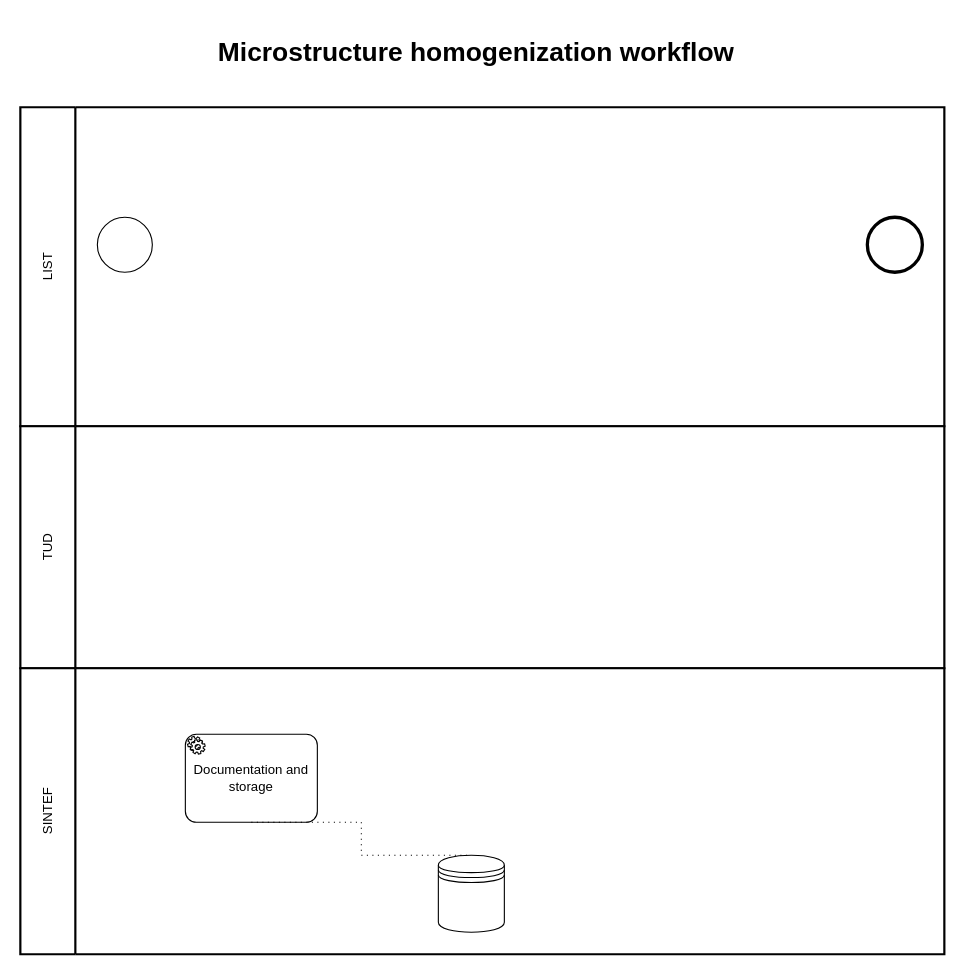
M-ERA-NET-MEDIATE/DataDocumentation keeps this draw.io diagram as page "microstructure_homogenization" (1 of 2) of docs/workflow_diagrams.drawio. Above is the earlier version. Source tidied: cells renumbered, new cells numbered last; positions are measured from the earlier drawing's top-left corner, leaving out a move shared by most shapes. Both pictures are drawn from the tidied source at 110%, with x=0, y=0 at pixel (20, 30).
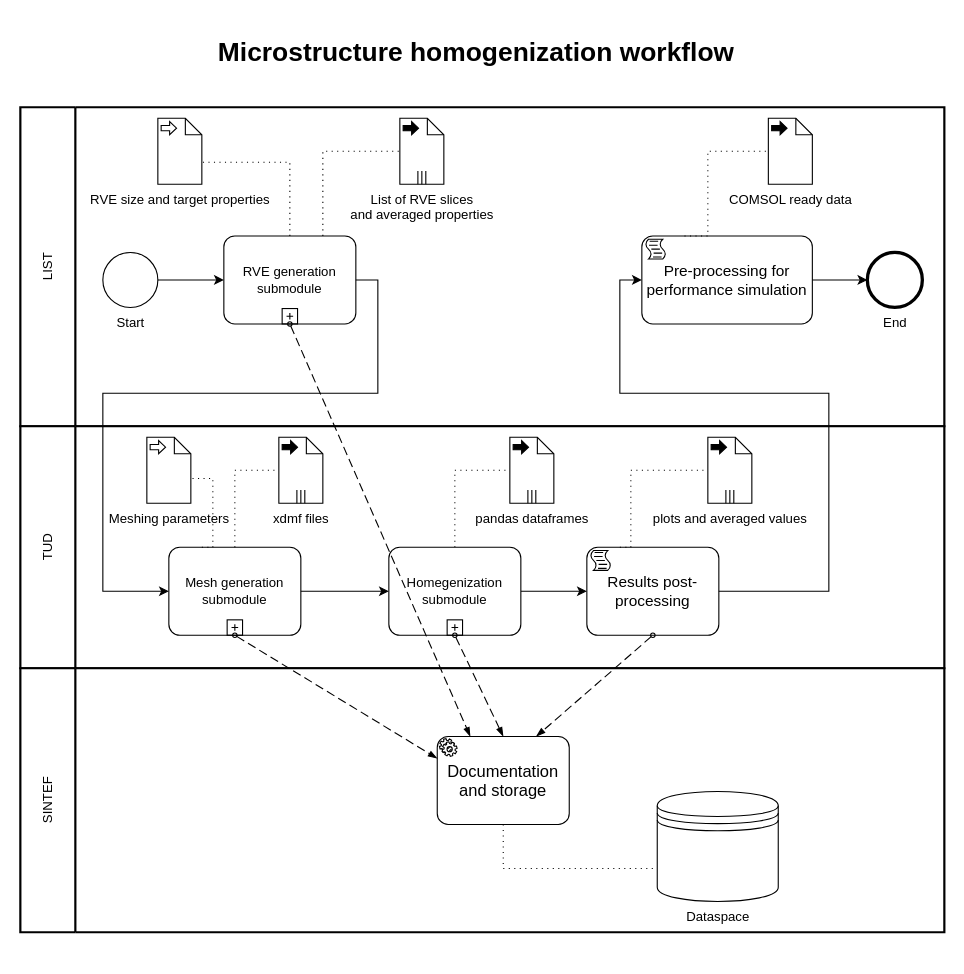
Above is the later version.

Unchanged cells that the change refers to:
```xml
<mxCell id="2" value="LIST" style="swimlane;html=1;startSize=50;fontStyle=0;horizontal=0;swimlaneLine=1;swimlaneFillColor=#ffffff;strokeWidth=2;whiteSpace=wrap;" parent="1" vertex="1">
  <mxGeometry y="70" width="840" height="290" as="geometry" />
</mxCell>
<mxCell id="5" value="TUD" style="swimlane;html=1;startSize=50;fontStyle=0;horizontal=0;swimlaneLine=1;swimlaneFillColor=#ffffff;strokeWidth=2;whiteSpace=wrap;" parent="1" vertex="1">
  <mxGeometry y="360" width="840" height="220" as="geometry" />
</mxCell>
```

Diff of the diagram source:
```diff
@@
-    <mxCell id="3" style="points=[[0.145,0.145,0],[0.5,0,0],[0.855,0.145,0],[1,0.5,0],[0.855,0.855,0],[0.5,1,0],[0.145,0.855,0],[0,0.5,0]];shape=mxgraph.bpmn.event;html=1;verticalLabelPosition=bottom;labelBackgroundColor=#ffffff;verticalAlign=top;align=center;perimeter=ellipsePerimeter;outlineConnect=0;outline=end;symbol=terminate2;" parent="2" vertex="1">
-      <mxGeometry x="770" y="100" width="50" height="50" as="geometry" />
+    <mxCell id="3" value="End" style="points=[[0.145,0.145,0],[0.5,0,0],[0.855,0.145,0],[1,0.5,0],[0.855,0.855,0],[0.5,1,0],[0.145,0.855,0],[0,0.5,0]];shape=mxgraph.bpmn.event;html=1;verticalLabelPosition=bottom;labelBackgroundColor=#ffffff;verticalAlign=top;align=center;perimeter=ellipsePerimeter;outlineConnect=0;outline=end;symbol=terminate2;" parent="2" vertex="1">
+      <mxGeometry x="770" y="132" width="50" height="50" as="geometry" />
     </mxCell>
+    <mxCell id="11" style="edgeStyle=orthogonalEdgeStyle;rounded=0;jettySize=auto;html=1;exitX=0.855;exitY=0.855;exitDx=0;exitDy=0;exitPerimeter=0;" parent="2" edge="1" source="4">
+      <mxGeometry relative="1" as="geometry">
+        <mxPoint x="113" y="150" as="targetPoint" />
+      </mxGeometry>
+    </mxCell>
-    <mxCell id="4" style="points=[[0.145,0.145,0],[0.5,0,0],[0.855,0.145,0],[1,0.5,0],[0.855,0.855,0],[0.5,1,0],[0.145,0.855,0],[0,0.5,0]];shape=mxgraph.bpmn.event;html=1;verticalLabelPosition=bottom;labelBackgroundColor=#ffffff;verticalAlign=top;align=center;perimeter=ellipsePerimeter;outlineConnect=0;outline=standard;symbol=general;" parent="2" vertex="1">
-      <mxGeometry x="70" y="100" width="50" height="50" as="geometry" />
+    <mxCell id="4" value="Start" style="points=[[0.145,0.145,0],[0.5,0,0],[0.855,0.145,0],[1,0.5,0],[0.855,0.855,0],[0.5,1,0],[0.145,0.855,0],[0,0.5,0]];shape=mxgraph.bpmn.event;html=1;verticalLabelPosition=bottom;labelBackgroundColor=#ffffff;verticalAlign=top;align=center;perimeter=ellipsePerimeter;outlineConnect=0;outline=standard;symbol=general;" parent="2" vertex="1">
+      <mxGeometry x="75" y="132" width="50" height="50" as="geometry" />
     </mxCell>
+    <mxCell id="12" value="RVE generation submodule" style="points=[[0.25,0,0],[0.5,0,0],[0.75,0,0],[1,0.25,0],[1,0.5,0],[1,0.75,0],[0.75,1,0],[0.5,1,0],[0.25,1,0],[0,0.75,0],[0,0.5,0],[0,0.25,0]];shape=mxgraph.bpmn.task;whiteSpace=wrap;rectStyle=rounded;size=10;html=1;taskMarker=abstract;isLoopSub=1;" parent="2" vertex="1">
+      <mxGeometry x="185" y="117" width="120" height="80" as="geometry" />
+    </mxCell>
+    <mxCell id="13" value="RVE size and target properties" style="shape=mxgraph.bpmn.data;labelPosition=center;verticalLabelPosition=bottom;align=center;verticalAlign=top;size=15;html=1;bpmnTransferType=input;" parent="2" vertex="1">
+      <mxGeometry x="125" y="10" width="40" height="60" as="geometry" />
+    </mxCell>
+    <mxCell id="14" style="edgeStyle=elbowEdgeStyle;fontSize=12;html=1;endFill=0;startFill=0;endSize=6;startSize=6;dashed=1;dashPattern=1 4;endArrow=none;startArrow=none;rounded=0;exitX=0.5;exitY=0;exitDx=0;exitDy=0;exitPerimeter=0;" parent="2" edge="1" source="12">
+      <mxGeometry relative="1" as="geometry">
+        <mxPoint x="165" y="50" as="targetPoint" />
+        <Array as="points">
+          <mxPoint x="245" y="90" />
+        </Array>
+      </mxGeometry>
+    </mxCell>
+    <mxCell id="15" style="edgeStyle=orthogonalEdgeStyle;rounded=0;jettySize=auto;html=1;exitX=1;exitY=0.5;exitDx=0;exitDy=0;exitPerimeter=0;entryX=0;entryY=0.5;entryDx=0;entryDy=0;entryPerimeter=0;" parent="2" edge="1" source="4" target="12">
+      <mxGeometry relative="1" as="geometry" />
+    </mxCell>
+    <mxCell id="16" style="edgeStyle=elbowEdgeStyle;fontSize=12;html=1;endFill=0;startFill=0;endSize=6;startSize=6;dashed=1;dashPattern=1 4;endArrow=none;startArrow=none;rounded=0;exitX=0.75;exitY=0;exitDx=0;exitDy=0;exitPerimeter=0;entryX=0;entryY=0.5;entryDx=0;entryDy=0;entryPerimeter=0;" parent="2" edge="1" source="12" target="20">
+      <mxGeometry relative="1" as="geometry">
+        <Array as="points">
+          <mxPoint x="275" y="89" />
+        </Array>
+      </mxGeometry>
+    </mxCell>
+    <mxCell id="17" value="Pre-processing for performance simulation" style="points=[[0.25,0,0],[0.5,0,0],[0.75,0,0],[1,0.25,0],[1,0.5,0],[1,0.75,0],[0.75,1,0],[0.5,1,0],[0.25,1,0],[0,0.75,0],[0,0.5,0],[0,0.25,0]];shape=mxgraph.bpmn.task;whiteSpace=wrap;rectStyle=rounded;size=10;html=1;taskMarker=script;fontSize=14;" parent="2" vertex="1">
+      <mxGeometry x="565" y="117" width="155" height="80" as="geometry" />
+    </mxCell>
+    <mxCell id="18" style="edgeStyle=orthogonalEdgeStyle;rounded=0;jettySize=auto;html=1;entryX=0;entryY=0.5;entryDx=0;entryDy=0;entryPerimeter=0;exitX=1;exitY=0.5;exitDx=0;exitDy=0;exitPerimeter=0;" parent="2" edge="1" source="17" target="3">
+      <mxGeometry relative="1" as="geometry" />
+    </mxCell>
+    <mxCell id="19" style="edgeStyle=elbowEdgeStyle;fontSize=12;html=1;endFill=0;startFill=0;endSize=6;startSize=6;dashed=1;dashPattern=1 4;endArrow=none;startArrow=none;rounded=0;exitX=0.25;exitY=0;exitDx=0;exitDy=0;exitPerimeter=0;entryX=0;entryY=0.5;entryDx=0;entryDy=0;entryPerimeter=0;" parent="2" edge="1" source="17" target="21">
+      <mxGeometry relative="1" as="geometry">
+        <Array as="points">
+          <mxPoint x="625" y="80" />
+        </Array>
+      </mxGeometry>
+    </mxCell>
+    <mxCell id="20" value="&lt;div&gt;List of RVE slices&lt;/div&gt;&lt;div&gt;and averaged properties&lt;br&gt;&lt;/div&gt;" style="shape=mxgraph.bpmn.data;labelPosition=center;verticalLabelPosition=bottom;align=center;verticalAlign=top;size=15;html=1;bpmnTransferType=output;isCollection=1;" parent="2" vertex="1">
+      <mxGeometry x="345" y="10" width="40" height="60" as="geometry" />
+    </mxCell>
+    <mxCell id="21" value="COMSOL ready data" style="shape=mxgraph.bpmn.data;labelPosition=center;verticalLabelPosition=bottom;align=center;verticalAlign=top;size=15;html=1;bpmnTransferType=output;" parent="2" vertex="1">
+      <mxGeometry x="680" y="10" width="40" height="60" as="geometry" />
+    </mxCell>
@@
+    <mxCell id="22" value="Mesh generation submodule" style="points=[[0.25,0,0],[0.5,0,0],[0.75,0,0],[1,0.25,0],[1,0.5,0],[1,0.75,0],[0.75,1,0],[0.5,1,0],[0.25,1,0],[0,0.75,0],[0,0.5,0],[0,0.25,0]];shape=mxgraph.bpmn.task;whiteSpace=wrap;rectStyle=rounded;size=10;html=1;taskMarker=abstract;isLoopSub=1;" parent="5" vertex="1">
+      <mxGeometry x="135" y="110" width="120" height="80" as="geometry" />
+    </mxCell>
+    <mxCell id="23" style="edgeStyle=orthogonalEdgeStyle;rounded=0;jettySize=auto;html=1;exitX=1;exitY=0.5;exitDx=0;exitDy=0;exitPerimeter=0;entryX=0;entryY=0.5;entryDx=0;entryDy=0;entryPerimeter=0;" parent="5" edge="1" source="22" target="32">
+      <mxGeometry relative="1" as="geometry" />
+    </mxCell>
+    <mxCell id="24" value="Results post-processing" style="points=[[0.25,0,0],[0.5,0,0],[0.75,0,0],[1,0.25,0],[1,0.5,0],[1,0.75,0],[0.75,1,0],[0.5,1,0],[0.25,1,0],[0,0.75,0],[0,0.5,0],[0,0.25,0]];shape=mxgraph.bpmn.task;whiteSpace=wrap;rectStyle=rounded;size=10;html=1;taskMarker=script;fontSize=14;" parent="5" vertex="1">
+      <mxGeometry x="515" y="110" width="120" height="80" as="geometry" />
+    </mxCell>
+    <mxCell id="25" style="edgeStyle=orthogonalEdgeStyle;rounded=0;jettySize=auto;html=1;exitX=1;exitY=0.5;exitDx=0;exitDy=0;exitPerimeter=0;entryX=0;entryY=0.5;entryDx=0;entryDy=0;entryPerimeter=0;" parent="5" edge="1" source="32" target="24">
+      <mxGeometry relative="1" as="geometry" />
+    </mxCell>
+    <mxCell id="26" style="edgeStyle=elbowEdgeStyle;fontSize=12;html=1;endFill=0;startFill=0;endSize=6;startSize=6;dashed=1;dashPattern=1 4;endArrow=none;startArrow=none;rounded=0;entryX=0;entryY=0.5;entryDx=0;entryDy=0;entryPerimeter=0;exitX=0.5;exitY=0;exitDx=0;exitDy=0;exitPerimeter=0;" parent="5" edge="1" source="22" target="29">
+      <mxGeometry relative="1" as="geometry">
+        <Array as="points">
+          <mxPoint x="195" y="80" />
+        </Array>
+      </mxGeometry>
+    </mxCell>
+    <mxCell id="27" style="edgeStyle=elbowEdgeStyle;fontSize=12;html=1;endFill=0;startFill=0;endSize=6;startSize=6;dashed=1;dashPattern=1 4;endArrow=none;startArrow=none;rounded=0;entryX=0;entryY=0.5;entryDx=0;entryDy=0;entryPerimeter=0;exitX=0.5;exitY=0;exitDx=0;exitDy=0;exitPerimeter=0;" parent="5" edge="1" source="32" target="31">
+      <mxGeometry relative="1" as="geometry">
+        <Array as="points">
+          <mxPoint x="395" y="80" />
+        </Array>
+      </mxGeometry>
+    </mxCell>
+    <mxCell id="28" style="edgeStyle=elbowEdgeStyle;fontSize=12;html=1;endFill=0;startFill=0;endSize=6;startSize=6;dashed=1;dashPattern=1 4;endArrow=none;startArrow=none;rounded=0;entryX=0;entryY=0.5;entryDx=0;entryDy=0;entryPerimeter=0;exitX=0.25;exitY=0;exitDx=0;exitDy=0;exitPerimeter=0;" parent="5" edge="1" source="24" target="30">
+      <mxGeometry relative="1" as="geometry">
+        <Array as="points">
+          <mxPoint x="555" y="80" />
+        </Array>
+      </mxGeometry>
+    </mxCell>
+    <mxCell id="29" value="xdmf files" style="shape=mxgraph.bpmn.data;labelPosition=center;verticalLabelPosition=bottom;align=center;verticalAlign=top;size=15;html=1;bpmnTransferType=output;isCollection=1;" parent="5" vertex="1">
+      <mxGeometry x="235" y="10" width="40" height="60" as="geometry" />
+    </mxCell>
+    <mxCell id="30" value="plots and averaged values" style="shape=mxgraph.bpmn.data;labelPosition=center;verticalLabelPosition=bottom;align=center;verticalAlign=top;size=15;html=1;bpmnTransferType=output;isCollection=1;" parent="5" vertex="1">
+      <mxGeometry x="625" y="10" width="40" height="60" as="geometry" />
+    </mxCell>
+    <mxCell id="31" value="pandas dataframes" style="shape=mxgraph.bpmn.data;labelPosition=center;verticalLabelPosition=bottom;align=center;verticalAlign=top;size=15;html=1;bpmnTransferType=output;isCollection=1;" parent="5" vertex="1">
+      <mxGeometry x="445" y="10" width="40" height="60" as="geometry" />
+    </mxCell>
+    <mxCell id="32" value="Homegenization submodule" style="points=[[0.25,0,0],[0.5,0,0],[0.75,0,0],[1,0.25,0],[1,0.5,0],[1,0.75,0],[0.75,1,0],[0.5,1,0],[0.25,1,0],[0,0.75,0],[0,0.5,0],[0,0.25,0]];shape=mxgraph.bpmn.task;whiteSpace=wrap;rectStyle=rounded;size=10;html=1;taskMarker=abstract;isLoopSub=1;" parent="5" vertex="1">
+      <mxGeometry x="335" y="110" width="120" height="80" as="geometry" />
+    </mxCell>
+    <mxCell id="33" style="edgeStyle=elbowEdgeStyle;fontSize=12;html=1;endFill=0;startFill=0;endSize=6;startSize=6;dashed=1;dashPattern=1 4;endArrow=none;startArrow=none;rounded=0;exitX=0.25;exitY=0;exitDx=0;exitDy=0;exitPerimeter=0;entryX=0;entryY=0;entryDx=40;entryDy=37.5;entryPerimeter=0;" parent="5" edge="1" source="22" target="34">
+      <mxGeometry relative="1" as="geometry">
+        <Array as="points">
+          <mxPoint x="175" y="48" />
+        </Array>
+      </mxGeometry>
+    </mxCell>
+    <mxCell id="34" value="Meshing parameters" style="shape=mxgraph.bpmn.data;labelPosition=center;verticalLabelPosition=bottom;align=center;verticalAlign=top;size=15;html=1;bpmnTransferType=input;" parent="5" vertex="1">
+      <mxGeometry x="115" y="10" width="40" height="60" as="geometry" />
+    </mxCell>
     <mxCell id="6" value="SINTEF" style="swimlane;html=1;startSize=50;fontStyle=0;horizontal=0;swimlaneLine=1;swimlaneFillColor=#ffffff;strokeWidth=2;whiteSpace=wrap;" parent="1" vertex="1">
-      <mxGeometry y="580" width="840" height="260" as="geometry" />
+      <mxGeometry y="580" width="840" height="240" as="geometry" />
     </mxCell>
-    <mxCell id="7" value="Documentation and storage" style="points=[[0.25,0,0],[0.5,0,0],[0.75,0,0],[1,0.25,0],[1,0.5,0],[1,0.75,0],[0.75,1,0],[0.5,1,0],[0.25,1,0],[0,0.75,0],[0,0.5,0],[0,0.25,0]];shape=mxgraph.bpmn.task;whiteSpace=wrap;rectStyle=rounded;size=10;html=1;taskMarker=service;" parent="6" vertex="1">
-      <mxGeometry x="150" y="60" width="120" height="80" as="geometry" />
+    <mxCell id="7" value="Documentation and storage" style="points=[[0.25,0,0],[0.5,0,0],[0.75,0,0],[1,0.25,0],[1,0.5,0],[1,0.75,0],[0.75,1,0],[0.5,1,0],[0.25,1,0],[0,0.75,0],[0,0.5,0],[0,0.25,0]];shape=mxgraph.bpmn.task;whiteSpace=wrap;rectStyle=rounded;size=10;html=1;taskMarker=service;fontSize=15;" parent="6" vertex="1">
+      <mxGeometry x="379" y="62" width="120" height="80" as="geometry" />
     </mxCell>
-    <mxCell id="8" style="shape=datastore;html=1;labelPosition=center;verticalLabelPosition=bottom;align=center;verticalAlign=top;" parent="6" vertex="1">
-      <mxGeometry x="380" y="170" width="60" height="70" as="geometry" />
-    </mxCell>
-    <mxCell id="9" style="edgeStyle=elbowEdgeStyle;fontSize=12;html=1;endFill=0;startFill=0;endSize=6;startSize=6;dashed=1;dashPattern=1 4;endArrow=none;startArrow=none;rounded=0;exitX=0.5;exitY=1;exitDx=0;exitDy=0;exitPerimeter=0;entryX=0.5;entryY=0;entryDx=0;entryDy=0;" parent="6" edge="1" source="7" target="8">
-      <mxGeometry relative="1" as="geometry" />
-    </mxCell>
+    <mxCell id="35" value="Dataspace" style="shape=datastore;html=1;labelPosition=center;verticalLabelPosition=bottom;align=center;verticalAlign=top;" parent="6" vertex="1">
+      <mxGeometry x="579" y="112" width="110" height="100" as="geometry" />
+    </mxCell>
+    <mxCell id="36" style="edgeStyle=elbowEdgeStyle;fontSize=12;html=1;endFill=0;startFill=0;endSize=6;startSize=6;dashed=1;dashPattern=1 4;endArrow=none;startArrow=none;rounded=0;exitX=0.5;exitY=1;exitDx=0;exitDy=0;exitPerimeter=0;entryX=0;entryY=0.7;entryDx=0;entryDy=0;" parent="6" edge="1" source="7" target="35">
+      <mxGeometry relative="1" as="geometry">
+        <Array as="points">
+          <mxPoint x="439" y="162" />
+        </Array>
+      </mxGeometry>
+    </mxCell>
@@
+    <mxCell id="37" style="dashed=1;dashPattern=8 4;endArrow=blockThin;endFill=1;startArrow=oval;startFill=0;endSize=6;startSize=4;html=1;rounded=0;exitX=0.5;exitY=1;exitDx=0;exitDy=0;exitPerimeter=0;entryX=0.25;entryY=0;entryDx=0;entryDy=0;entryPerimeter=0;" parent="1" edge="1" source="12" target="7">
+      <mxGeometry relative="1" as="geometry" />
+    </mxCell>
+    <mxCell id="38" style="edgeStyle=orthogonalEdgeStyle;rounded=0;jettySize=auto;html=1;exitX=1;exitY=0.5;exitDx=0;exitDy=0;exitPerimeter=0;entryX=0;entryY=0.5;entryDx=0;entryDy=0;entryPerimeter=0;" parent="1" edge="1" source="12" target="22">
+      <mxGeometry relative="1" as="geometry">
+        <Array as="points">
+          <mxPoint x="325" y="227" />
+          <mxPoint x="325" y="330" />
+          <mxPoint x="75" y="330" />
+          <mxPoint x="75" y="510" />
+        </Array>
+      </mxGeometry>
+    </mxCell>
+    <mxCell id="39" style="dashed=1;dashPattern=8 4;endArrow=blockThin;endFill=1;startArrow=oval;startFill=0;endSize=6;startSize=4;html=1;rounded=0;exitX=0.5;exitY=1;exitDx=0;exitDy=0;exitPerimeter=0;entryX=0;entryY=0.25;entryDx=0;entryDy=0;entryPerimeter=0;" parent="1" edge="1" source="22" target="7">
+      <mxGeometry relative="1" as="geometry" />
+    </mxCell>
+    <mxCell id="40" style="dashed=1;dashPattern=8 4;endArrow=blockThin;endFill=1;startArrow=oval;startFill=0;endSize=6;startSize=4;html=1;rounded=0;exitX=0.5;exitY=1;exitDx=0;exitDy=0;exitPerimeter=0;entryX=0.5;entryY=0;entryDx=0;entryDy=0;entryPerimeter=0;" parent="1" edge="1" source="32" target="7">
+      <mxGeometry relative="1" as="geometry" />
+    </mxCell>
+    <mxCell id="41" style="edgeStyle=orthogonalEdgeStyle;rounded=0;jettySize=auto;html=1;exitX=1;exitY=0.5;exitDx=0;exitDy=0;exitPerimeter=0;entryX=0;entryY=0.5;entryDx=0;entryDy=0;entryPerimeter=0;" parent="1" edge="1" source="24" target="17">
+      <mxGeometry relative="1" as="geometry">
+        <Array as="points">
+          <mxPoint x="735" y="510" />
+          <mxPoint x="735" y="330" />
+          <mxPoint x="545" y="330" />
+          <mxPoint x="545" y="227" />
+        </Array>
+      </mxGeometry>
+    </mxCell>
+    <mxCell id="42" style="dashed=1;dashPattern=8 4;endArrow=blockThin;endFill=1;startArrow=oval;startFill=0;endSize=6;startSize=4;html=1;rounded=0;exitX=0.5;exitY=1;exitDx=0;exitDy=0;exitPerimeter=0;entryX=0.75;entryY=0;entryDx=0;entryDy=0;entryPerimeter=0;" parent="1" edge="1" source="24" target="7">
+      <mxGeometry relative="1" as="geometry" />
+    </mxCell>
```
